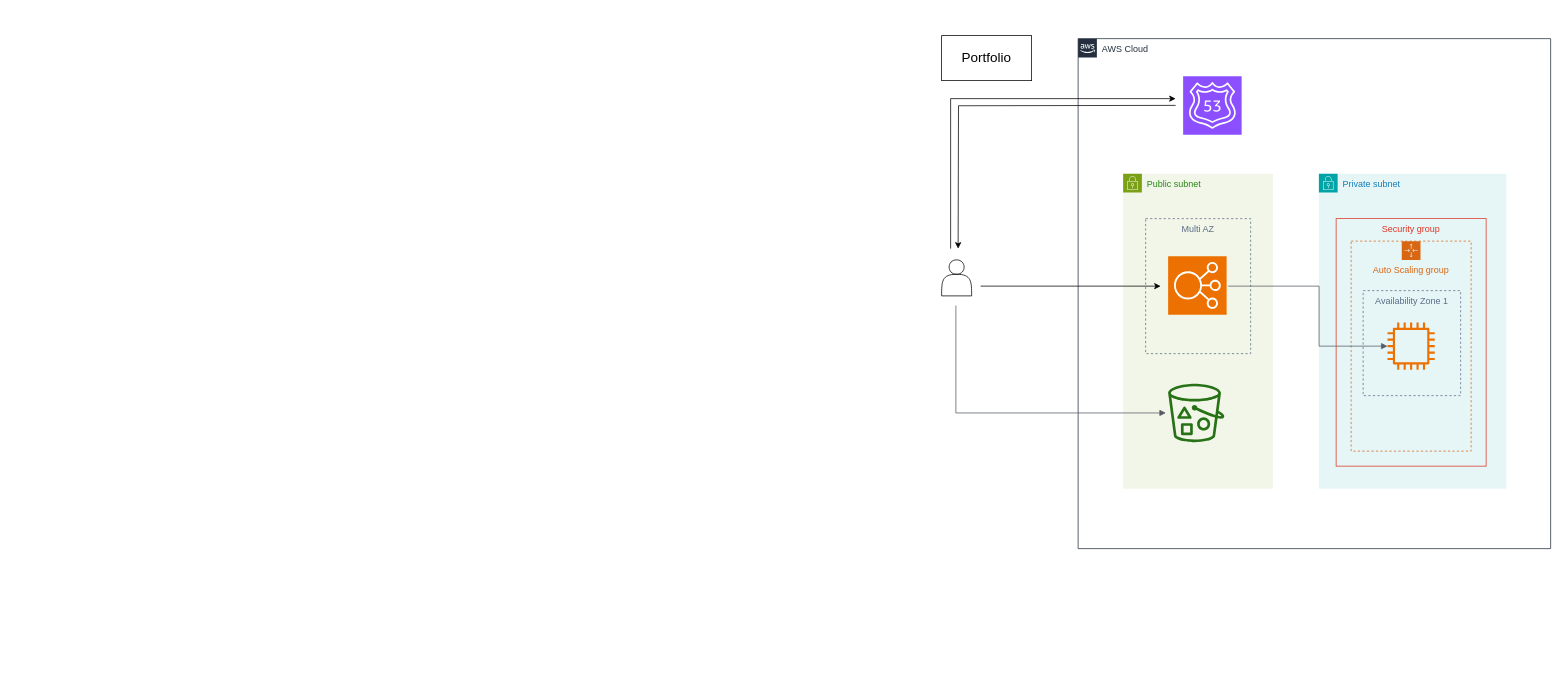
Before: AWS Cloud.drawio in joseag312/portfolio-react-webpage, a draw.io diagram. Source tidied: cells renumbered, new cells numbered last; positions are measured from the earlier drawing's top-left corner, leaving out a move shared by most shapes. Both pictures are drawn from the tidied source at 75%, with x=0, y=0 at pixel (941, 35).
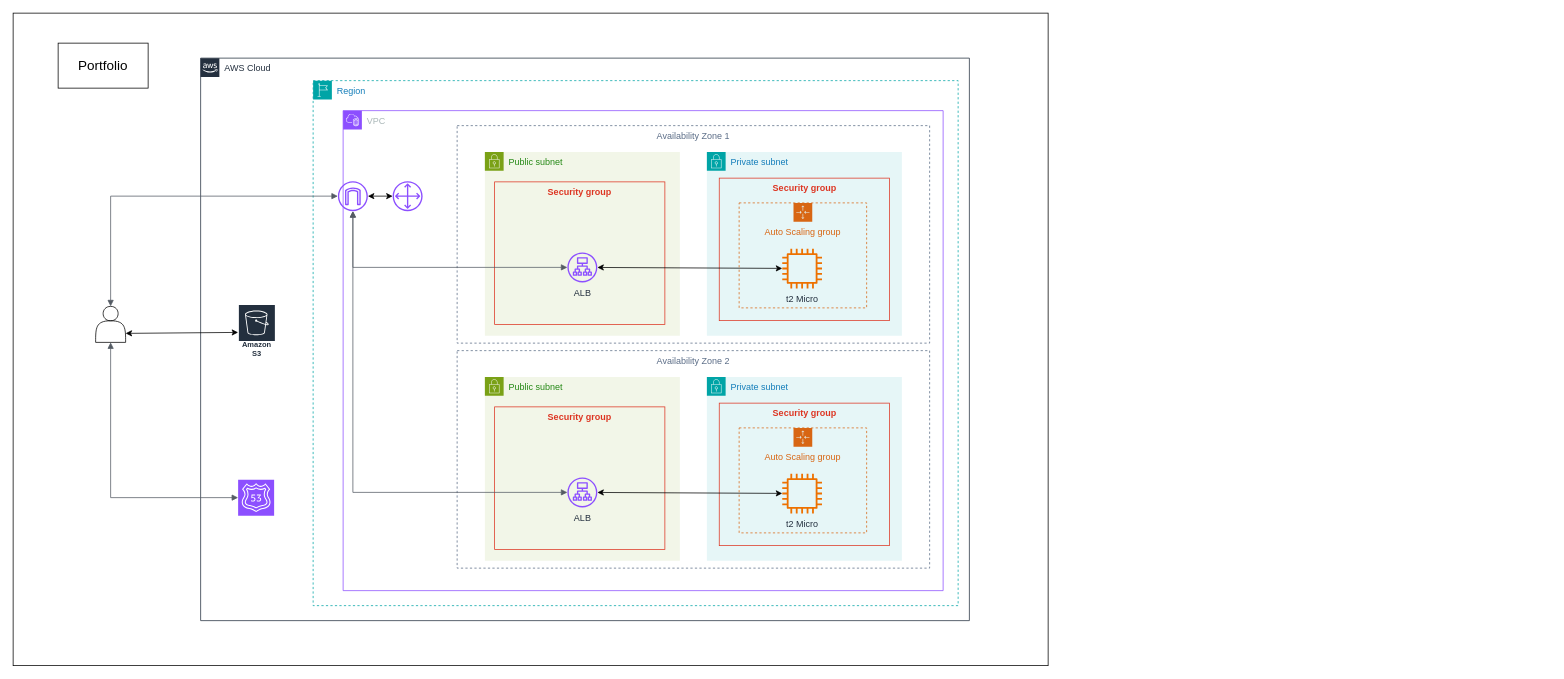
Above is the later version.

Diff of the diagram source:
```diff
@@
-    <mxCell id="2" style="rounded=0;whiteSpace=wrap;html=1;" parent="1" vertex="1">
-      <mxGeometry width="120" height="60" as="geometry" />
-    </mxCell>
+    <mxCell id="21" style="rounded=0;whiteSpace=wrap;html=1;" parent="1" vertex="1">
+      <mxGeometry x="-1238" y="-30" width="1380" height="870" as="geometry" />
+    </mxCell>
-    <mxCell id="3" value="AWS Cloud" style="gradientColor=none;html=1;whiteSpace=wrap;fontSize=12;fontStyle=0;shape=mxgraph.aws4.group;grIcon=mxgraph.aws4.group_aws_cloud_alt;strokeColor=#232F3E;fillColor=none;verticalAlign=top;align=left;spacingLeft=30;fontColor=#232F3E;dashed=0;labelBackgroundColor=#ffffff;" parent="1" vertex="1">
-      <mxGeometry x="182" y="4" width="630" height="680" as="geometry" />
+    <mxCell id="3" value="AWS Cloud" style="gradientColor=none;html=1;whiteSpace=wrap;fontSize=12;fontStyle=0;shape=mxgraph.aws4.group;grIcon=mxgraph.aws4.group_aws_cloud_alt;strokeColor=#232F3E;fillColor=none;verticalAlign=top;align=left;spacingLeft=30;fontColor=#232F3E;dashed=0;" parent="1" vertex="1">
+      <mxGeometry x="-988" y="30" width="1025" height="750" as="geometry" />
     </mxCell>
-    <mxCell id="4" style="sketch=0;fontColor=#232F3E;fillColor=#8C4FFF;strokeColor=#ffffff;dashed=0;verticalLabelPosition=bottom;verticalAlign=top;align=center;html=1;fontSize=12;fontStyle=0;shape=mxgraph.aws4.resourceIcon;resIcon=mxgraph.aws4.route_53;" parent="3" vertex="1">
-      <mxGeometry x="140" y="50" width="78" height="78" as="geometry" />
-    </mxCell>
-    <mxCell id="5" value="Public subnet" style="gradientColor=none;html=1;whiteSpace=wrap;fontSize=12;fontStyle=0;shape=mxgraph.aws4.group;grIcon=mxgraph.aws4.group_security_group;grStroke=0;strokeColor=#7AA116;fillColor=#F2F6E8;verticalAlign=top;align=left;spacingLeft=30;fontColor=#248814;dashed=0;" parent="3" vertex="1">
-      <mxGeometry x="60" y="180" width="200" height="420" as="geometry" />
-    </mxCell>
-    <mxCell id="6" style="fontColor=#232F3E;gradientColor=none;fillColor=#277116;strokeColor=none;dashed=0;verticalLabelPosition=bottom;verticalAlign=top;align=center;html=1;fontSize=12;fontStyle=0;shape=mxgraph.aws4.bucket_with_objects;labelBackgroundColor=#ffffff;" parent="5" vertex="1">
-      <mxGeometry x="60" y="280" width="75" height="78" as="geometry" />
-    </mxCell>
-    <mxCell id="7" style="sketch=0;fontColor=#232F3E;fillColor=#ED7100;strokeColor=#ffffff;dashed=0;verticalLabelPosition=bottom;verticalAlign=top;align=center;html=1;fontSize=12;fontStyle=0;shape=mxgraph.aws4.resourceIcon;resIcon=mxgraph.aws4.elastic_load_balancing;" parent="3" vertex="1">
-      <mxGeometry x="120" y="290" width="78" height="78" as="geometry" />
-    </mxCell>
-    <mxCell id="8" value="Multi AZ" style="fillColor=none;strokeColor=#5A6C86;dashed=1;verticalAlign=top;fontStyle=0;fontColor=#5A6C86;whiteSpace=wrap;html=1;" parent="3" vertex="1">
-      <mxGeometry x="90" y="240" width="140" height="180" as="geometry" />
-    </mxCell>
-    <mxCell id="9" style="shape=actor;whiteSpace=wrap;html=1;fontStyle=1;" parent="1" vertex="1">
-      <mxGeometry y="299" width="40" height="48" as="geometry" />
-    </mxCell>
-    <mxCell id="10" style="edgeStyle=orthogonalEdgeStyle;rounded=0;orthogonalLoop=1;jettySize=auto;html=1;" parent="1" edge="1">
-      <mxGeometry relative="1" as="geometry">
-        <mxPoint x="12" y="284" as="sourcePoint" />
-        <mxPoint x="312" y="84" as="targetPoint" />
-        <Array as="points">
-          <mxPoint x="12" y="284" />
-          <mxPoint x="12" y="84" />
-          <mxPoint x="322" y="84" />
-        </Array>
-      </mxGeometry>
-    </mxCell>
-    <mxCell id="11" style="edgeStyle=orthogonalEdgeStyle;rounded=0;orthogonalLoop=1;jettySize=auto;html=1;" parent="1" edge="1">
-      <mxGeometry relative="1" as="geometry">
-        <mxPoint x="312" y="93" as="sourcePoint" />
-        <mxPoint x="22" y="284" as="targetPoint" />
-      </mxGeometry>
-    </mxCell>
-    <mxCell id="12" style="endArrow=classic;html=1;rounded=0;" parent="1" edge="1">
-      <mxGeometry relative="1" as="geometry">
-        <mxPoint x="52" y="334" as="sourcePoint" />
-        <mxPoint x="292" y="334" as="targetPoint" />
-      </mxGeometry>
-    </mxCell>
-    <mxCell id="13" style="edgeStyle=orthogonalEdgeStyle;html=1;endArrow=block;elbow=vertical;startArrow=none;endFill=1;strokeColor=#545B64;rounded=0;" parent="1" edge="1">
-      <mxGeometry relative="1" as="geometry">
-        <mxPoint x="19" y="360" as="sourcePoint" />
-        <mxPoint x="299" y="503.1" as="targetPoint" />
-        <Array as="points">
-          <mxPoint x="19" y="364" />
-          <mxPoint x="19" y="503" />
-        </Array>
-      </mxGeometry>
-    </mxCell>
-    <mxCell id="14" value="Private subnet" style="gradientColor=none;html=1;whiteSpace=wrap;fontSize=12;fontStyle=0;shape=mxgraph.aws4.group;grIcon=mxgraph.aws4.group_security_group;grStroke=0;strokeColor=#00A4A6;fillColor=#E6F6F7;verticalAlign=top;align=left;spacingLeft=30;fontColor=#147EBA;dashed=0;" parent="1" vertex="1">
-      <mxGeometry x="503" y="184" width="250" height="420" as="geometry" />
-    </mxCell>
-    <mxCell id="15" value="Security group" style="fillColor=none;strokeColor=#DD3522;verticalAlign=top;fontStyle=0;fontColor=#DD3522;whiteSpace=wrap;html=1;" parent="14" vertex="1">
-      <mxGeometry x="23" y="60" width="200" height="330" as="geometry" />
-    </mxCell>
-    <mxCell id="16" value="Auto Scaling group" style="gradientColor=none;html=1;whiteSpace=wrap;fontSize=12;fontStyle=0;shape=mxgraph.aws4.groupCenter;grIcon=mxgraph.aws4.group_auto_scaling_group;grStroke=1;strokeColor=#D86613;fillColor=none;verticalAlign=top;align=center;fontColor=#D86613;dashed=1;spacingTop=25;" parent="14" vertex="1">
-      <mxGeometry x="43" y="90" width="160" height="280" as="geometry" />
-    </mxCell>
-    <mxCell id="17" style="sketch=0;outlineConnect=0;fontColor=#232F3E;gradientColor=none;fillColor=#ED7100;strokeColor=none;dashed=0;verticalLabelPosition=bottom;verticalAlign=top;align=center;html=1;fontSize=12;fontStyle=0;shape=mxgraph.aws4.instance2;" parent="16" vertex="1">
-      <mxGeometry x="48.5" y="108.5" width="63" height="63" as="geometry" />
-    </mxCell>
-    <mxCell id="18" style="edgeStyle=orthogonalEdgeStyle;html=1;endArrow=block;elbow=vertical;startArrow=none;endFill=1;strokeColor=#545B64;rounded=0;exitX=0.786;exitY=0.5;exitDx=0;exitDy=0;exitPerimeter=0;" parent="1" edge="1" source="8" target="17">
-      <mxGeometry relative="1" as="geometry" />
-    </mxCell>
+    <mxCell id="22" value="Region" style="gradientColor=none;html=1;whiteSpace=wrap;fontSize=12;fontStyle=0;shape=mxgraph.aws4.group;grIcon=mxgraph.aws4.group_region;strokeColor=#00A4A6;fillColor=none;verticalAlign=top;align=left;spacingLeft=30;fontColor=#147EBA;dashed=1;" parent="3" vertex="1">
+      <mxGeometry x="150" y="30" width="860" height="700" as="geometry" />
+    </mxCell>
+    <mxCell id="23" value="VPC" style="gradientColor=none;html=1;whiteSpace=wrap;fontSize=12;fontStyle=0;shape=mxgraph.aws4.group;grIcon=mxgraph.aws4.group_vpc2;strokeColor=#8C4FFF;fillColor=none;verticalAlign=top;align=left;spacingLeft=30;fontColor=#AAB7B8;dashed=0;" parent="22" vertex="1">
+      <mxGeometry x="40" y="40" width="800" height="640" as="geometry" />
+    </mxCell>
+    <mxCell id="24" style="sketch=0;outlineConnect=0;fontColor=#232F3E;gradientColor=none;fillColor=#8C4FFF;strokeColor=none;dashed=0;verticalLabelPosition=bottom;verticalAlign=top;align=center;html=1;fontSize=12;fontStyle=0;shape=mxgraph.aws4.internet_gateway;" parent="23" vertex="1">
+      <mxGeometry x="-7" y="94" width="40" height="40" as="geometry" />
+    </mxCell>
+    <mxCell id="25" style="sketch=0;outlineConnect=0;fontColor=#232F3E;gradientColor=none;fillColor=#8C4FFF;strokeColor=none;dashed=0;verticalLabelPosition=bottom;verticalAlign=top;align=center;html=1;fontSize=12;fontStyle=0;shape=mxgraph.aws4.customer_gateway;" parent="23" vertex="1">
+      <mxGeometry x="66" y="94" width="40" height="40" as="geometry" />
+    </mxCell>
+    <mxCell id="26" style="endArrow=classic;startArrow=classic;html=1;rounded=0;" parent="23" edge="1" source="24" target="25">
+      <mxGeometry relative="1" as="geometry" />
+    </mxCell>
-    <mxCell id="19" value="Availability Zone 1" style="fillColor=none;strokeColor=#5A6C86;dashed=1;verticalAlign=top;fontStyle=0;fontColor=#5A6C86;whiteSpace=wrap;html=1;" parent="1" vertex="1">
-      <mxGeometry x="562" y="340" width="130" height="140" as="geometry" />
+    <mxCell id="19" value="Availability Zone 1" style="fillColor=none;strokeColor=#5A6C86;dashed=1;verticalAlign=top;fontStyle=0;fontColor=#5A6C86;whiteSpace=wrap;html=1;" parent="23" vertex="1">
+      <mxGeometry x="152" y="20" width="630" height="290" as="geometry" />
     </mxCell>
+    <mxCell id="27" value="Public subnet" style="gradientColor=none;html=1;whiteSpace=wrap;fontSize=12;fontStyle=0;shape=mxgraph.aws4.group;grIcon=mxgraph.aws4.group_security_group;grStroke=0;strokeColor=#7AA116;fillColor=#F2F6E8;verticalAlign=top;align=left;spacingLeft=30;fontColor=#248814;dashed=0;" parent="23" vertex="1">
+      <mxGeometry x="189" y="55" width="260" height="245" as="geometry" />
+    </mxCell>
+    <mxCell id="28" value="Security group" style="fillColor=none;strokeColor=#DD3522;verticalAlign=top;fontStyle=1;fontColor=#DD3522;whiteSpace=wrap;html=1;" parent="27" vertex="1">
+      <mxGeometry x="13" y="40" width="227" height="190" as="geometry" />
+    </mxCell>
+    <mxCell id="29" value="ALB" style="sketch=0;outlineConnect=0;fontColor=#232F3E;gradientColor=none;fillColor=#8C4FFF;strokeColor=none;dashed=0;verticalLabelPosition=bottom;verticalAlign=top;align=center;html=1;fontSize=12;fontStyle=0;shape=mxgraph.aws4.application_load_balancer;" parent="27" vertex="1">
+      <mxGeometry x="110" y="134" width="40" height="40" as="geometry" />
+    </mxCell>
+    <mxCell id="30" style="edgeStyle=orthogonalEdgeStyle;rounded=0;orthogonalLoop=1;jettySize=auto;html=1;exitX=0.5;exitY=1;exitDx=0;exitDy=0;" parent="27" edge="1" source="28" target="28">
+      <mxGeometry relative="1" as="geometry" />
+    </mxCell>
+    <mxCell id="31" value="Private subnet" style="gradientColor=none;html=1;whiteSpace=wrap;fontSize=12;fontStyle=0;shape=mxgraph.aws4.group;grIcon=mxgraph.aws4.group_security_group;grStroke=0;strokeColor=#00A4A6;fillColor=#E6F6F7;verticalAlign=top;align=left;spacingLeft=30;fontColor=#147EBA;dashed=0;" parent="23" vertex="1">
+      <mxGeometry x="485" y="55" width="260" height="245" as="geometry" />
+    </mxCell>
+    <mxCell id="32" value="Security group" style="fillColor=none;strokeColor=#DD3522;verticalAlign=top;fontStyle=1;fontColor=#DD3522;whiteSpace=wrap;html=1;" parent="31" vertex="1">
+      <mxGeometry x="16.5" y="35" width="227" height="190" as="geometry" />
+    </mxCell>
+    <mxCell id="33" value="t2 Micro" style="sketch=0;outlineConnect=0;fontColor=#232F3E;gradientColor=none;fillColor=#ED7100;strokeColor=none;dashed=0;verticalLabelPosition=bottom;verticalAlign=top;align=center;html=1;fontSize=12;fontStyle=0;shape=mxgraph.aws4.instance2;" parent="31" vertex="1">
+      <mxGeometry x="100.5" y="129" width="53" height="53" as="geometry" />
+    </mxCell>
+    <mxCell id="34" style="edgeStyle=orthogonalEdgeStyle;html=1;endArrow=block;elbow=vertical;startArrow=block;startFill=1;endFill=1;strokeColor=#545B64;rounded=0;" parent="23" edge="1" source="24" target="29">
+      <mxGeometry relative="1" as="geometry">
+        <Array as="points">
+          <mxPoint x="13" y="209" />
+        </Array>
+      </mxGeometry>
+    </mxCell>
+    <mxCell id="35" style="endArrow=classic;startArrow=classic;html=1;rounded=0;" parent="23" edge="1" source="29" target="33">
+      <mxGeometry relative="1" as="geometry" />
+    </mxCell>
+    <mxCell id="36" value="Availability Zone 2" style="fillColor=none;strokeColor=#5A6C86;dashed=1;verticalAlign=top;fontStyle=0;fontColor=#5A6C86;whiteSpace=wrap;html=1;" parent="23" vertex="1">
+      <mxGeometry x="152" y="320" width="630" height="290" as="geometry" />
+    </mxCell>
+    <mxCell id="37" value="Public subnet" style="gradientColor=none;html=1;whiteSpace=wrap;fontSize=12;fontStyle=0;shape=mxgraph.aws4.group;grIcon=mxgraph.aws4.group_security_group;grStroke=0;strokeColor=#7AA116;fillColor=#F2F6E8;verticalAlign=top;align=left;spacingLeft=30;fontColor=#248814;dashed=0;" parent="23" vertex="1">
+      <mxGeometry x="189" y="355" width="260" height="245" as="geometry" />
+    </mxCell>
+    <mxCell id="38" value="Security group" style="fillColor=none;strokeColor=#DD3522;verticalAlign=top;fontStyle=1;fontColor=#DD3522;whiteSpace=wrap;html=1;" parent="37" vertex="1">
+      <mxGeometry x="13" y="40" width="227" height="190" as="geometry" />
+    </mxCell>
+    <mxCell id="39" value="ALB" style="sketch=0;outlineConnect=0;fontColor=#232F3E;gradientColor=none;fillColor=#8C4FFF;strokeColor=none;dashed=0;verticalLabelPosition=bottom;verticalAlign=top;align=center;html=1;fontSize=12;fontStyle=0;shape=mxgraph.aws4.application_load_balancer;" parent="37" vertex="1">
+      <mxGeometry x="110" y="134" width="40" height="40" as="geometry" />
+    </mxCell>
+    <mxCell id="40" style="edgeStyle=orthogonalEdgeStyle;rounded=0;orthogonalLoop=1;jettySize=auto;html=1;exitX=0.5;exitY=1;exitDx=0;exitDy=0;" parent="37" edge="1" source="38" target="38">
+      <mxGeometry relative="1" as="geometry" />
+    </mxCell>
+    <mxCell id="41" value="Private subnet" style="gradientColor=none;html=1;whiteSpace=wrap;fontSize=12;fontStyle=0;shape=mxgraph.aws4.group;grIcon=mxgraph.aws4.group_security_group;grStroke=0;strokeColor=#00A4A6;fillColor=#E6F6F7;verticalAlign=top;align=left;spacingLeft=30;fontColor=#147EBA;dashed=0;" parent="23" vertex="1">
+      <mxGeometry x="485" y="355" width="260" height="245" as="geometry" />
+    </mxCell>
+    <mxCell id="42" value="Security group" style="fillColor=none;strokeColor=#DD3522;verticalAlign=top;fontStyle=1;fontColor=#DD3522;whiteSpace=wrap;html=1;" parent="41" vertex="1">
+      <mxGeometry x="16.5" y="35" width="227" height="190" as="geometry" />
+    </mxCell>
+    <mxCell id="43" value="t2 Micro" style="sketch=0;outlineConnect=0;fontColor=#232F3E;gradientColor=none;fillColor=#ED7100;strokeColor=none;dashed=0;verticalLabelPosition=bottom;verticalAlign=top;align=center;html=1;fontSize=12;fontStyle=0;shape=mxgraph.aws4.instance2;" parent="41" vertex="1">
+      <mxGeometry x="100.5" y="129" width="53" height="53" as="geometry" />
+    </mxCell>
+    <mxCell id="44" style="endArrow=classic;startArrow=classic;html=1;rounded=0;" parent="23" edge="1" source="39" target="43">
+      <mxGeometry relative="1" as="geometry" />
+    </mxCell>
+    <mxCell id="45" value="Auto Scaling group" style="gradientColor=none;html=1;whiteSpace=wrap;fontSize=12;fontStyle=0;shape=mxgraph.aws4.groupCenter;grIcon=mxgraph.aws4.group_auto_scaling_group;grStroke=1;strokeColor=#D86613;fillColor=none;verticalAlign=top;align=center;fontColor=#D86613;dashed=1;spacingTop=25;" parent="23" vertex="1">
+      <mxGeometry x="528" y="423" width="170" height="140" as="geometry" />
+    </mxCell>
+    <mxCell id="46" style="edgeStyle=orthogonalEdgeStyle;html=1;endArrow=block;elbow=vertical;startArrow=block;startFill=1;endFill=1;strokeColor=#545B64;rounded=0;" parent="23" edge="1" source="24" target="39">
+      <mxGeometry relative="1" as="geometry">
+        <Array as="points">
+          <mxPoint x="13" y="509" />
+        </Array>
+      </mxGeometry>
+    </mxCell>
+    <mxCell id="47" style="sketch=0;points=[[0,0,0],[0.25,0,0],[0.5,0,0],[0.75,0,0],[1,0,0],[0,1,0],[0.25,1,0],[0.5,1,0],[0.75,1,0],[1,1,0],[0,0.25,0],[0,0.5,0],[0,0.75,0],[1,0.25,0],[1,0.5,0],[1,0.75,0]];outlineConnect=0;fontColor=#232F3E;fillColor=#8C4FFF;strokeColor=#ffffff;dashed=0;verticalLabelPosition=bottom;verticalAlign=top;align=center;html=1;fontSize=12;fontStyle=0;shape=mxgraph.aws4.resourceIcon;resIcon=mxgraph.aws4.route_53;" parent="3" vertex="1">
+      <mxGeometry x="50" y="562" width="48" height="48" as="geometry" />
+    </mxCell>
+    <mxCell id="48" value="Amazon S3" style="sketch=0;outlineConnect=0;fontColor=#232F3E;gradientColor=none;strokeColor=#ffffff;fillColor=#232F3E;dashed=0;verticalLabelPosition=middle;verticalAlign=bottom;align=center;html=1;whiteSpace=wrap;fontSize=10;fontStyle=1;spacing=3;shape=mxgraph.aws4.productIcon;prIcon=mxgraph.aws4.s3;" parent="3" vertex="1">
+      <mxGeometry x="50" y="328" width="50" height="75" as="geometry" />
+    </mxCell>
+    <mxCell id="49" value="Auto Scaling group" style="gradientColor=none;html=1;whiteSpace=wrap;fontSize=12;fontStyle=0;shape=mxgraph.aws4.groupCenter;grIcon=mxgraph.aws4.group_auto_scaling_group;grStroke=1;strokeColor=#D86613;fillColor=none;verticalAlign=top;align=center;fontColor=#D86613;dashed=1;spacingTop=25;" parent="1" vertex="1">
+      <mxGeometry x="-270" y="223" width="170" height="140" as="geometry" />
+    </mxCell>
+    <mxCell id="50" style="shape=actor;whiteSpace=wrap;html=1;fontStyle=1;" parent="1" vertex="1">
+      <mxGeometry x="-1128" y="361" width="40" height="48" as="geometry" />
+    </mxCell>
+    <mxCell id="51" style="edgeStyle=orthogonalEdgeStyle;html=1;endArrow=block;elbow=vertical;startArrow=block;startFill=1;endFill=1;strokeColor=#545B64;rounded=0;exitX=0.5;exitY=1;exitDx=0;exitDy=0;entryX=0;entryY=0.5;entryDx=0;entryDy=0;entryPerimeter=0;" parent="1" edge="1" source="50" target="47">
+      <mxGeometry relative="1" as="geometry" />
+    </mxCell>
+    <mxCell id="52" style="edgeStyle=orthogonalEdgeStyle;html=1;endArrow=block;elbow=vertical;startArrow=block;startFill=1;endFill=1;strokeColor=#545B64;rounded=0;exitX=0.5;exitY=0;exitDx=0;exitDy=0;" parent="1" edge="1" source="50" target="24">
+      <mxGeometry relative="1" as="geometry">
+        <Array as="points">
+          <mxPoint x="-1108" y="214" />
+        </Array>
+      </mxGeometry>
+    </mxCell>
+    <mxCell id="53" style="rounded=0;whiteSpace=wrap;html=1;" parent="1" vertex="1">
+      <mxGeometry x="-1178" y="10" width="120" height="60" as="geometry" />
+    </mxCell>
     <mxCell id="20" value="Portfolio" style="text;html=1;align=center;verticalAlign=middle;whiteSpace=wrap;rounded=0;fontSize=18;" parent="1" vertex="1">
-      <mxGeometry x="30" y="15" width="60" height="30" as="geometry" />
+      <mxGeometry x="-1148" y="25" width="60" height="30" as="geometry" />
     </mxCell>
+    <mxCell id="54" style="endArrow=classic;startArrow=classic;html=1;rounded=0;exitX=1;exitY=0.75;exitDx=0;exitDy=0;" parent="1" edge="1" source="50" target="48">
+      <mxGeometry relative="1" as="geometry" />
+    </mxCell>
```
